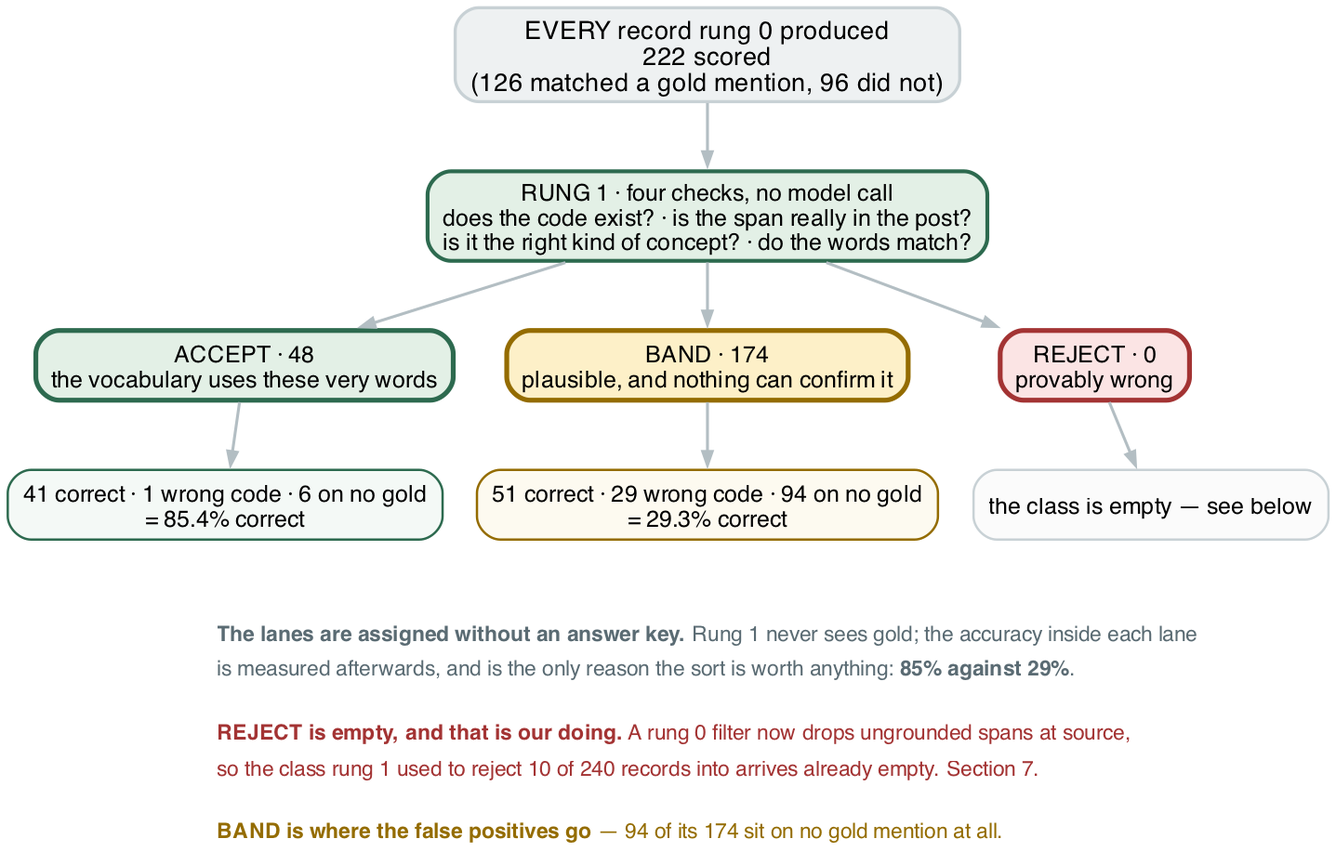
wbagais/reliability-ladder keeps this Graphviz diagram as docs/figures/fig10-rung1.png. Above is the earlier version. Its source is kept beside it as docs/figures/fig10-rung1.dot.
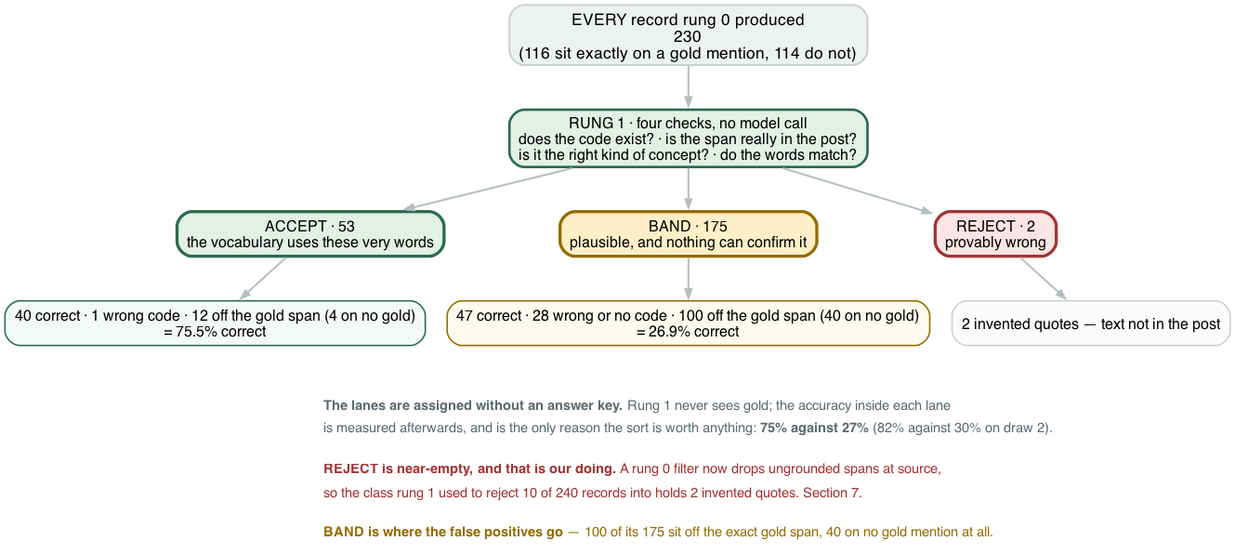
Later version of the same file.

Change to the diagram source:
```diff
@@ -4,24 +4,24 @@
         color="#c8d1d5" penwidth=1.2];
   edge [color="#b3bec3" penwidth=1.5 arrowsize=0.7 fontname="Helvetica" fontsize=10];
 
-  in [label="EVERY record rung 0 produced\n222 scored\n(126 matched a gold mention, 96 did not)"
+  in [label="EVERY record rung 0 produced\n230\n(116 sit exactly on a gold mention, 114 do not)"
       fillcolor="#eef1f2" fontsize=13 penwidth=1.6];
 
   chk [label="RUNG 1 · four checks, no model call\ndoes the code exist? · is the span really in the post?\nis it the right kind of concept? · do the words match?"
        fillcolor="#e3f0e6" color="#2d6a4f" penwidth=2];
 
-  acc [label="ACCEPT · 48\nthe vocabulary uses these very words"
+  acc [label="ACCEPT · 53\nthe vocabulary uses these very words"
        fillcolor="#e3f0e6" color="#2d6a4f" penwidth=2.5];
-  band[label="BAND · 174\nplausible, and nothing can confirm it"
+  band[label="BAND · 175\nplausible, and nothing can confirm it"
        fillcolor="#fdf0c8" color="#946c00" penwidth=2.5];
-  rej [label="REJECT · 0\nprovably wrong"
+  rej [label="REJECT · 2\nprovably wrong"
        fillcolor="#fbe4e4" color="#a33333" penwidth=2.5];
 
-  accd [label="41 correct · 1 wrong code · 6 on no gold\n= 85.4% correct"
+  accd [label="40 correct · 1 wrong code · 12 off the gold span (4 on no gold)\n= 75.5% correct"
         fillcolor="#f4f9f6" color="#2d6a4f"];
-  bandd[label="51 correct · 29 wrong code · 94 on no gold\n= 29.3% correct"
+  bandd[label="47 correct · 28 wrong or no code · 100 off the gold span (40 on no gold)\n= 26.9% correct"
         fillcolor="#fdfaf0" color="#946c00"];
-  rejd [label="the class is empty — see below"
+  rejd [label="2 invented quotes — text not in the post"
         fillcolor="#fbfbfb" color="#c8d1d5"];
 
   in -> chk;
@@ -34,12 +34,12 @@
   note [shape=plaintext style="" fillcolor="white"
         label=<<TABLE BORDER="0" CELLBORDER="0" CELLSPACING="0" CELLPADDING="3">
         <TR><TD ALIGN="LEFT"><FONT POINT-SIZE="11" COLOR="#5a6b73"><B>The lanes are assigned without an answer key.</B> Rung 1 never sees gold; the accuracy inside each lane</FONT></TD></TR>
-        <TR><TD ALIGN="LEFT"><FONT POINT-SIZE="11" COLOR="#5a6b73">is measured afterwards, and is the only reason the sort is worth anything: <B>85% against 29%</B>.</FONT></TD></TR>
+        <TR><TD ALIGN="LEFT"><FONT POINT-SIZE="11" COLOR="#5a6b73">is measured afterwards, and is the only reason the sort is worth anything: <B>75% against 27%</B> (82% against 30% on draw 2).</FONT></TD></TR>
         <TR><TD ALIGN="LEFT"><FONT POINT-SIZE="8"> </FONT></TD></TR>
-        <TR><TD ALIGN="LEFT"><FONT POINT-SIZE="11" COLOR="#a33333"><B>REJECT is empty, and that is our doing.</B> A rung 0 filter now drops ungrounded spans at source,</FONT></TD></TR>
-        <TR><TD ALIGN="LEFT"><FONT POINT-SIZE="11" COLOR="#a33333">so the class rung 1 used to reject 10 of 240 records into arrives already empty. Section 7.</FONT></TD></TR>
+        <TR><TD ALIGN="LEFT"><FONT POINT-SIZE="11" COLOR="#a33333"><B>REJECT is near-empty, and that is our doing.</B> A rung 0 filter now drops ungrounded spans at source,</FONT></TD></TR>
+        <TR><TD ALIGN="LEFT"><FONT POINT-SIZE="11" COLOR="#a33333">so the class rung 1 used to reject 10 of 240 records into holds 2 invented quotes. Section 7.</FONT></TD></TR>
         <TR><TD ALIGN="LEFT"><FONT POINT-SIZE="8"> </FONT></TD></TR>
-        <TR><TD ALIGN="LEFT"><FONT POINT-SIZE="11" COLOR="#946c00"><B>BAND is where the false positives go</B> — 94 of its 174 sit on no gold mention at all.</FONT></TD></TR>
+        <TR><TD ALIGN="LEFT"><FONT POINT-SIZE="11" COLOR="#946c00"><B>BAND is where the false positives go</B> — 100 of its 175 sit off the exact gold span, 40 on no gold mention at all.</FONT></TD></TR>
         </TABLE>>];
   bandd -> note [style=invis];
 }
```
